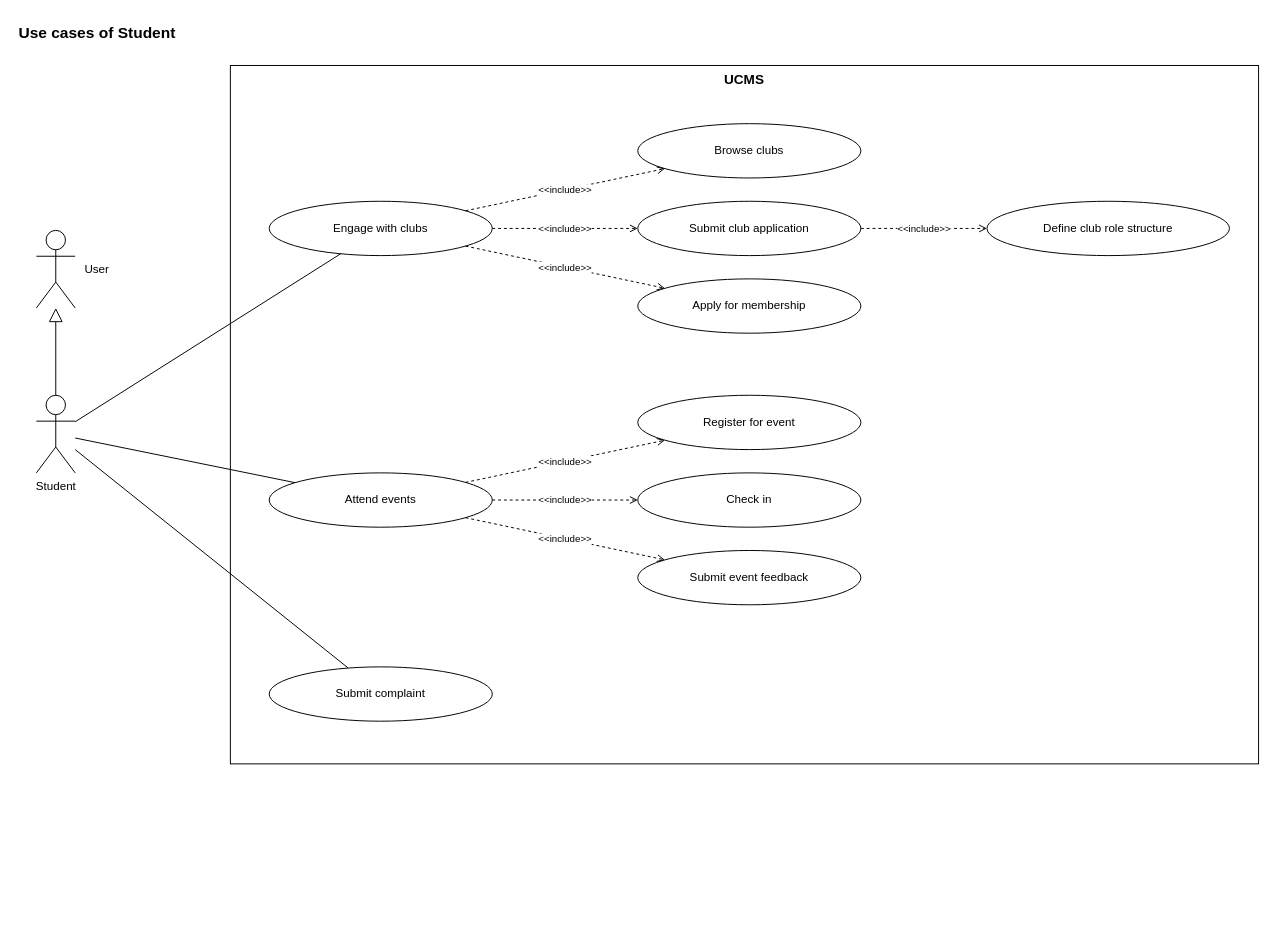
Above: page "Student" (2 of 9) of docs/03-diagrams/UCMS_UseCase_ByActor.drawio in nvdekay/ClubManagementSystem (draw.io), before the change. Source tidied: cells renumbered, new cells numbered last; positions are measured from the earlier drawing's top-left corner, leaving out a move shared by most shapes. Both pictures are drawn from the tidied source at 97%, with x=0, y=0 at pixel (16, 16).
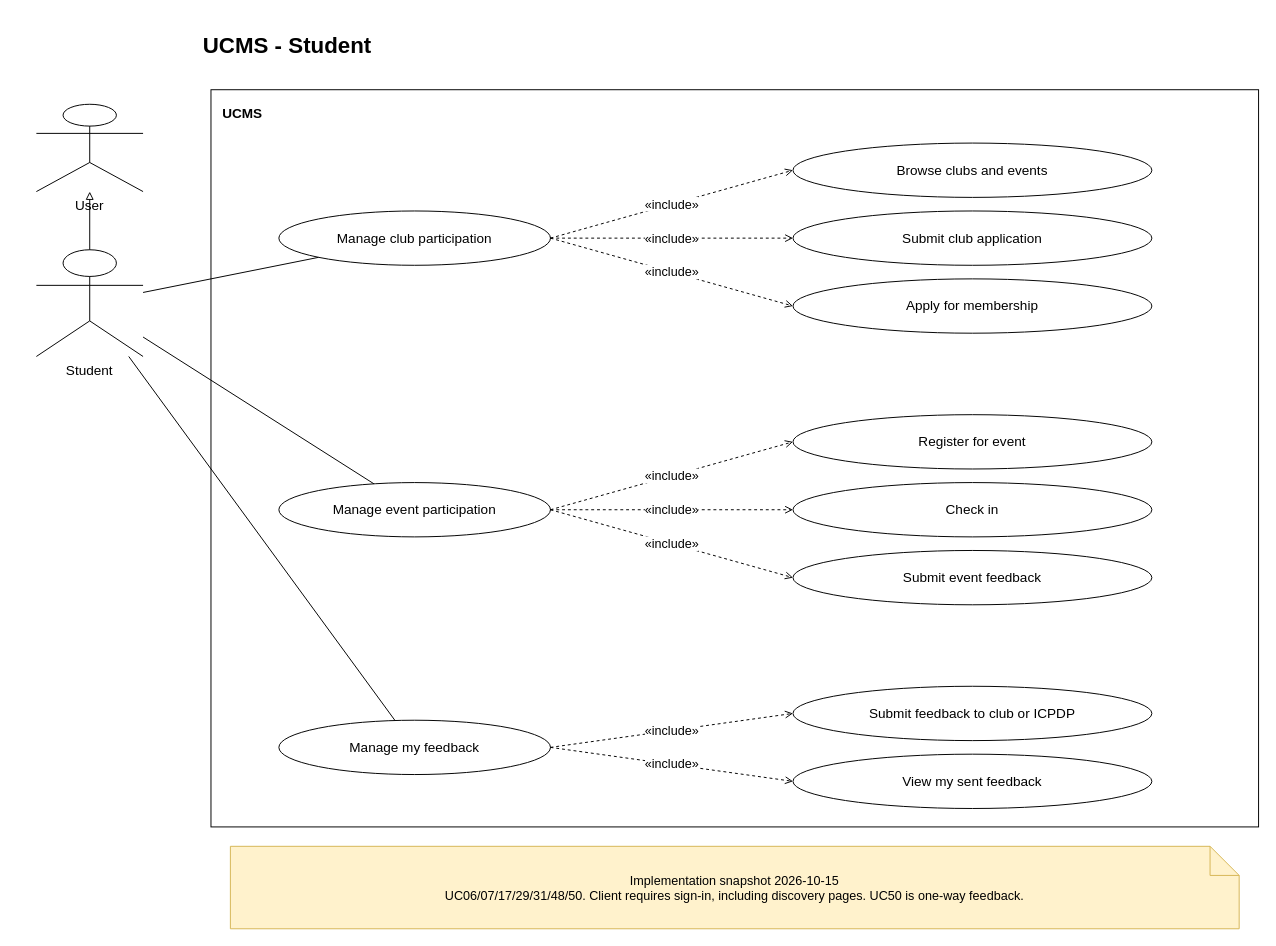
The same diagram, later.

The edit, as a diff of the source:
```diff
@@
-    <mxCell id="2" value="Use cases of Student" style="text;html=1;fontStyle=1;fontSize=16;align=left;" parent="1" vertex="1">
-      <mxGeometry width="900" height="30" as="geometry" />
-    </mxCell>
+    <mxCell id="27" value="UCMS - Student" style="whiteSpace=wrap;html=1;fontFamily=Arial;fontSize=14;text;fontSize=23;fontStyle=1;" parent="1" vertex="1">
+      <mxGeometry x="190" y="10" width="1080" height="45" as="geometry" />
+    </mxCell>
-    <mxCell id="3" value="UCMS" style="rounded=0;whiteSpace=wrap;html=1;fillColor=none;strokeColor=#000000;verticalAlign=top;fontStyle=1;fontSize=14;" parent="1" vertex="1">
-      <mxGeometry x="220" y="50" width="1060" height="720" as="geometry" />
+    <mxCell id="3" value="UCMS" style="whiteSpace=wrap;html=1;fontFamily=Arial;fontSize=14;rounded=0;fillColor=none;strokeColor=#000000;verticalAlign=top;fontStyle=1;align=left;spacing=12;" parent="1" vertex="1">
+      <mxGeometry x="200" y="75" width="1080" height="760" as="geometry" />
     </mxCell>
-    <mxCell id="4" value="Student" style="shape=umlActor;verticalLabelPosition=bottom;verticalAlign=top;html=1;outlineConnect=0;fillColor=#ffffff;strokeColor=#000000;" parent="1" vertex="1">
-      <mxGeometry x="20" y="390" width="40" height="80" as="geometry" />
+    <mxCell id="4" value="Student" style="whiteSpace=wrap;html=1;fontFamily=Arial;fontSize=14;shape=umlActor;verticalLabelPosition=bottom;verticalAlign=top;" parent="1" vertex="1">
+      <mxGeometry x="20" y="240" width="110" height="110" as="geometry" />
     </mxCell>
-    <mxCell id="5" value="User" style="shape=umlActor;verticalLabelPosition=middle;verticalAlign=middle;labelPosition=right;align=left;spacingLeft=8;html=1;outlineConnect=0;fillColor=#ffffff;strokeColor=#000000;fontSize=12;" parent="1" vertex="1">
-      <mxGeometry x="20" y="220" width="40" height="80" as="geometry" />
+    <mxCell id="5" value="User" style="whiteSpace=wrap;html=1;fontFamily=Arial;fontSize=14;shape=umlActor;verticalLabelPosition=bottom;verticalAlign=top;" parent="1" vertex="1">
+      <mxGeometry x="20" y="90" width="110" height="90" as="geometry" />
     </mxCell>
-    <mxCell id="6" style="endArrow=block;endFill=0;endSize=12;html=1;strokeColor=#000000;dashed=0;exitX=0.5;exitY=0;exitDx=0;exitDy=0;entryX=0.5;entryY=1;entryDx=0;entryDy=0;" parent="1" edge="1" source="4" target="5">
+    <mxCell id="6" style="html=1;fontFamily=Arial;fontSize=13;edgeStyle=none;rounded=0;endArrow=block;endFill=0;" parent="1" edge="1" source="4" target="5">
       <mxGeometry relative="1" as="geometry" />
     </mxCell>
-    <mxCell id="7" value="Engage with clubs" style="ellipse;whiteSpace=wrap;html=1;fillColor=#ffffff;strokeColor=#000000;fontSize=12;" parent="1" vertex="1">
-      <mxGeometry x="260" y="190" width="230" height="56" as="geometry" />
-    </mxCell>
-    <mxCell id="8" style="endArrow=none;html=1;strokeColor=#000000;" parent="1" edge="1" source="4" target="7">
-      <mxGeometry relative="1" as="geometry" />
-    </mxCell>
-    <mxCell id="9" value="Browse clubs" style="ellipse;whiteSpace=wrap;html=1;fillColor=#ffffff;strokeColor=#000000;fontSize=12;" parent="1" vertex="1">
-      <mxGeometry x="640" y="110" width="230" height="56" as="geometry" />
-    </mxCell>
-    <mxCell id="10" value="&amp;lt;&amp;lt;include&amp;gt;&amp;gt;" style="endArrow=open;dashed=1;html=1;strokeColor=#000000;fontSize=10;labelBackgroundColor=#ffffff;" parent="1" edge="1" source="7" target="9">
-      <mxGeometry relative="1" as="geometry" />
-    </mxCell>
+    <mxCell id="28" value="Manage club participation" style="whiteSpace=wrap;html=1;fontFamily=Arial;fontSize=14;ellipse;fillColor=#ffffff;strokeColor=#000000;" parent="1" vertex="1">
+      <mxGeometry x="270" y="200" width="280" height="56" as="geometry" />
+    </mxCell>
+    <mxCell id="29" style="html=1;fontFamily=Arial;fontSize=13;edgeStyle=none;rounded=0;endArrow=none;" parent="1" edge="1" source="4" target="28">
+      <mxGeometry relative="1" as="geometry" />
+    </mxCell>
+    <mxCell id="30" value="Browse clubs and events" style="whiteSpace=wrap;html=1;fontFamily=Arial;fontSize=14;ellipse;fillColor=#ffffff;strokeColor=#000000;" parent="1" vertex="1">
+      <mxGeometry x="800" y="130" width="370" height="56" as="geometry" />
+    </mxCell>
+    <mxCell id="31" value="«include»" style="html=1;fontFamily=Arial;fontSize=13;edgeStyle=none;rounded=0;endArrow=open;dashed=1;exitX=1;exitY=0.5;entryX=0;entryY=0.5;" parent="1" edge="1" source="28" target="30">
+      <mxGeometry relative="1" as="geometry" />
+    </mxCell>
-    <mxCell id="11" value="Submit club application" style="ellipse;whiteSpace=wrap;html=1;fillColor=#ffffff;strokeColor=#000000;fontSize=12;" parent="1" vertex="1">
-      <mxGeometry x="640" y="190" width="230" height="56" as="geometry" />
+    <mxCell id="11" value="Submit club application" style="whiteSpace=wrap;html=1;fontFamily=Arial;fontSize=14;ellipse;fillColor=#ffffff;strokeColor=#000000;" parent="1" vertex="1">
+      <mxGeometry x="800" y="200" width="370" height="56" as="geometry" />
     </mxCell>
-    <mxCell id="12" value="&amp;lt;&amp;lt;include&amp;gt;&amp;gt;" style="endArrow=open;dashed=1;html=1;strokeColor=#000000;fontSize=10;labelBackgroundColor=#ffffff;" parent="1" edge="1" source="7" target="11">
-      <mxGeometry relative="1" as="geometry" />
-    </mxCell>
+    <mxCell id="32" value="«include»" style="html=1;fontFamily=Arial;fontSize=13;edgeStyle=none;rounded=0;endArrow=open;dashed=1;exitX=1;exitY=0.5;entryX=0;entryY=0.5;" parent="1" edge="1" source="28" target="11">
+      <mxGeometry relative="1" as="geometry" />
+    </mxCell>
-    <mxCell id="13" value="Apply for membership" style="ellipse;whiteSpace=wrap;html=1;fillColor=#ffffff;strokeColor=#000000;fontSize=12;" parent="1" vertex="1">
-      <mxGeometry x="640" y="270" width="230" height="56" as="geometry" />
+    <mxCell id="13" value="Apply for membership" style="whiteSpace=wrap;html=1;fontFamily=Arial;fontSize=14;ellipse;fillColor=#ffffff;strokeColor=#000000;" parent="1" vertex="1">
+      <mxGeometry x="800" y="270" width="370" height="56" as="geometry" />
     </mxCell>
-    <mxCell id="14" value="&amp;lt;&amp;lt;include&amp;gt;&amp;gt;" style="endArrow=open;dashed=1;html=1;strokeColor=#000000;fontSize=10;labelBackgroundColor=#ffffff;" parent="1" edge="1" source="7" target="13">
-      <mxGeometry relative="1" as="geometry" />
-    </mxCell>
-    <mxCell id="15" value="Attend events" style="ellipse;whiteSpace=wrap;html=1;fillColor=#ffffff;strokeColor=#000000;fontSize=12;" parent="1" vertex="1">
-      <mxGeometry x="260" y="470" width="230" height="56" as="geometry" />
-    </mxCell>
-    <mxCell id="16" style="endArrow=none;html=1;strokeColor=#000000;" parent="1" edge="1" source="4" target="15">
-      <mxGeometry relative="1" as="geometry" />
-    </mxCell>
+    <mxCell id="33" value="«include»" style="html=1;fontFamily=Arial;fontSize=13;edgeStyle=none;rounded=0;endArrow=open;dashed=1;exitX=1;exitY=0.5;entryX=0;entryY=0.5;" parent="1" edge="1" source="28" target="13">
+      <mxGeometry relative="1" as="geometry" />
+    </mxCell>
+    <mxCell id="34" value="Manage event participation" style="whiteSpace=wrap;html=1;fontFamily=Arial;fontSize=14;ellipse;fillColor=#ffffff;strokeColor=#000000;" parent="1" vertex="1">
+      <mxGeometry x="270" y="480" width="280" height="56" as="geometry" />
+    </mxCell>
+    <mxCell id="35" style="html=1;fontFamily=Arial;fontSize=13;edgeStyle=none;rounded=0;endArrow=none;" parent="1" edge="1" source="4" target="34">
+      <mxGeometry relative="1" as="geometry" />
+    </mxCell>
-    <mxCell id="17" value="Register for event" style="ellipse;whiteSpace=wrap;html=1;fillColor=#ffffff;strokeColor=#000000;fontSize=12;" parent="1" vertex="1">
-      <mxGeometry x="640" y="390" width="230" height="56" as="geometry" />
+    <mxCell id="17" value="Register for event" style="whiteSpace=wrap;html=1;fontFamily=Arial;fontSize=14;ellipse;fillColor=#ffffff;strokeColor=#000000;" parent="1" vertex="1">
+      <mxGeometry x="800" y="410" width="370" height="56" as="geometry" />
     </mxCell>
-    <mxCell id="18" value="&amp;lt;&amp;lt;include&amp;gt;&amp;gt;" style="endArrow=open;dashed=1;html=1;strokeColor=#000000;fontSize=10;labelBackgroundColor=#ffffff;" parent="1" edge="1" source="15" target="17">
-      <mxGeometry relative="1" as="geometry" />
-    </mxCell>
+    <mxCell id="36" value="«include»" style="html=1;fontFamily=Arial;fontSize=13;edgeStyle=none;rounded=0;endArrow=open;dashed=1;exitX=1;exitY=0.5;entryX=0;entryY=0.5;" parent="1" edge="1" source="34" target="17">
+      <mxGeometry relative="1" as="geometry" />
+    </mxCell>
-    <mxCell id="19" value="Check in" style="ellipse;whiteSpace=wrap;html=1;fillColor=#ffffff;strokeColor=#000000;fontSize=12;" parent="1" vertex="1">
-      <mxGeometry x="640" y="470" width="230" height="56" as="geometry" />
+    <mxCell id="19" value="Check in" style="whiteSpace=wrap;html=1;fontFamily=Arial;fontSize=14;ellipse;fillColor=#ffffff;strokeColor=#000000;" parent="1" vertex="1">
+      <mxGeometry x="800" y="480" width="370" height="56" as="geometry" />
     </mxCell>
-    <mxCell id="20" value="&amp;lt;&amp;lt;include&amp;gt;&amp;gt;" style="endArrow=open;dashed=1;html=1;strokeColor=#000000;fontSize=10;labelBackgroundColor=#ffffff;" parent="1" edge="1" source="15" target="19">
-      <mxGeometry relative="1" as="geometry" />
-    </mxCell>
+    <mxCell id="37" value="«include»" style="html=1;fontFamily=Arial;fontSize=13;edgeStyle=none;rounded=0;endArrow=open;dashed=1;exitX=1;exitY=0.5;entryX=0;entryY=0.5;" parent="1" edge="1" source="34" target="19">
+      <mxGeometry relative="1" as="geometry" />
+    </mxCell>
-    <mxCell id="21" value="Submit event feedback" style="ellipse;whiteSpace=wrap;html=1;fillColor=#ffffff;strokeColor=#000000;fontSize=12;" parent="1" vertex="1">
-      <mxGeometry x="640" y="550" width="230" height="56" as="geometry" />
+    <mxCell id="21" value="Submit event feedback" style="whiteSpace=wrap;html=1;fontFamily=Arial;fontSize=14;ellipse;fillColor=#ffffff;strokeColor=#000000;" parent="1" vertex="1">
+      <mxGeometry x="800" y="550" width="370" height="56" as="geometry" />
     </mxCell>
-    <mxCell id="22" value="&amp;lt;&amp;lt;include&amp;gt;&amp;gt;" style="endArrow=open;dashed=1;html=1;strokeColor=#000000;fontSize=10;labelBackgroundColor=#ffffff;" parent="1" edge="1" source="15" target="21">
-      <mxGeometry relative="1" as="geometry" />
-    </mxCell>
-    <mxCell id="23" value="Submit complaint" style="ellipse;whiteSpace=wrap;html=1;fillColor=#ffffff;strokeColor=#000000;fontSize=12;" parent="1" vertex="1">
-      <mxGeometry x="260" y="670" width="230" height="56" as="geometry" />
-    </mxCell>
-    <mxCell id="24" style="endArrow=none;html=1;strokeColor=#000000;" parent="1" edge="1" source="4" target="23">
-      <mxGeometry relative="1" as="geometry" />
-    </mxCell>
-    <mxCell id="25" value="Define club role structure" style="ellipse;whiteSpace=wrap;html=1;fillColor=#ffffff;strokeColor=#000000;fontSize=12;" parent="1" vertex="1">
-      <mxGeometry x="1000" y="190" width="250" height="56" as="geometry" />
-    </mxCell>
-    <mxCell id="26" value="&amp;lt;&amp;lt;include&amp;gt;&amp;gt;" style="endArrow=open;dashed=1;html=1;strokeColor=#000000;fontSize=10;labelBackgroundColor=#ffffff;" parent="1" edge="1" source="11" target="25">
-      <mxGeometry relative="1" as="geometry" />
-    </mxCell>
+    <mxCell id="38" value="«include»" style="html=1;fontFamily=Arial;fontSize=13;edgeStyle=none;rounded=0;endArrow=open;dashed=1;exitX=1;exitY=0.5;entryX=0;entryY=0.5;" parent="1" edge="1" source="34" target="21">
+      <mxGeometry relative="1" as="geometry" />
+    </mxCell>
+    <mxCell id="39" value="Manage my feedback" style="whiteSpace=wrap;html=1;fontFamily=Arial;fontSize=14;ellipse;fillColor=#ffffff;strokeColor=#000000;" parent="1" vertex="1">
+      <mxGeometry x="270" y="725" width="280" height="56" as="geometry" />
+    </mxCell>
+    <mxCell id="40" style="html=1;fontFamily=Arial;fontSize=13;edgeStyle=none;rounded=0;endArrow=none;" parent="1" edge="1" source="4" target="39">
+      <mxGeometry relative="1" as="geometry" />
+    </mxCell>
+    <mxCell id="41" value="Submit feedback to club or ICPDP" style="whiteSpace=wrap;html=1;fontFamily=Arial;fontSize=14;ellipse;fillColor=#ffffff;strokeColor=#000000;" parent="1" vertex="1">
+      <mxGeometry x="800" y="690" width="370" height="56" as="geometry" />
+    </mxCell>
+    <mxCell id="42" value="«include»" style="html=1;fontFamily=Arial;fontSize=13;edgeStyle=none;rounded=0;endArrow=open;dashed=1;exitX=1;exitY=0.5;entryX=0;entryY=0.5;" parent="1" edge="1" source="39" target="41">
+      <mxGeometry relative="1" as="geometry" />
+    </mxCell>
+    <mxCell id="43" value="View my sent feedback" style="whiteSpace=wrap;html=1;fontFamily=Arial;fontSize=14;ellipse;fillColor=#ffffff;strokeColor=#000000;" parent="1" vertex="1">
+      <mxGeometry x="800" y="760" width="370" height="56" as="geometry" />
+    </mxCell>
+    <mxCell id="44" value="«include»" style="html=1;fontFamily=Arial;fontSize=13;edgeStyle=none;rounded=0;endArrow=open;dashed=1;exitX=1;exitY=0.5;entryX=0;entryY=0.5;" parent="1" edge="1" source="39" target="43">
+      <mxGeometry relative="1" as="geometry" />
+    </mxCell>
+    <mxCell id="45" value="Implementation snapshot 2026-10-15&lt;br&gt;UC06/07/17/29/31/48/50. Client requires sign-in, including discovery pages. UC50 is one-way feedback." style="whiteSpace=wrap;html=1;fontFamily=Arial;fontSize=14;shape=note;fillColor=#fff2cc;strokeColor=#d6b656;fontSize=13;" parent="1" vertex="1">
+      <mxGeometry x="220" y="855" width="1040" height="85" as="geometry" />
+    </mxCell>
```
